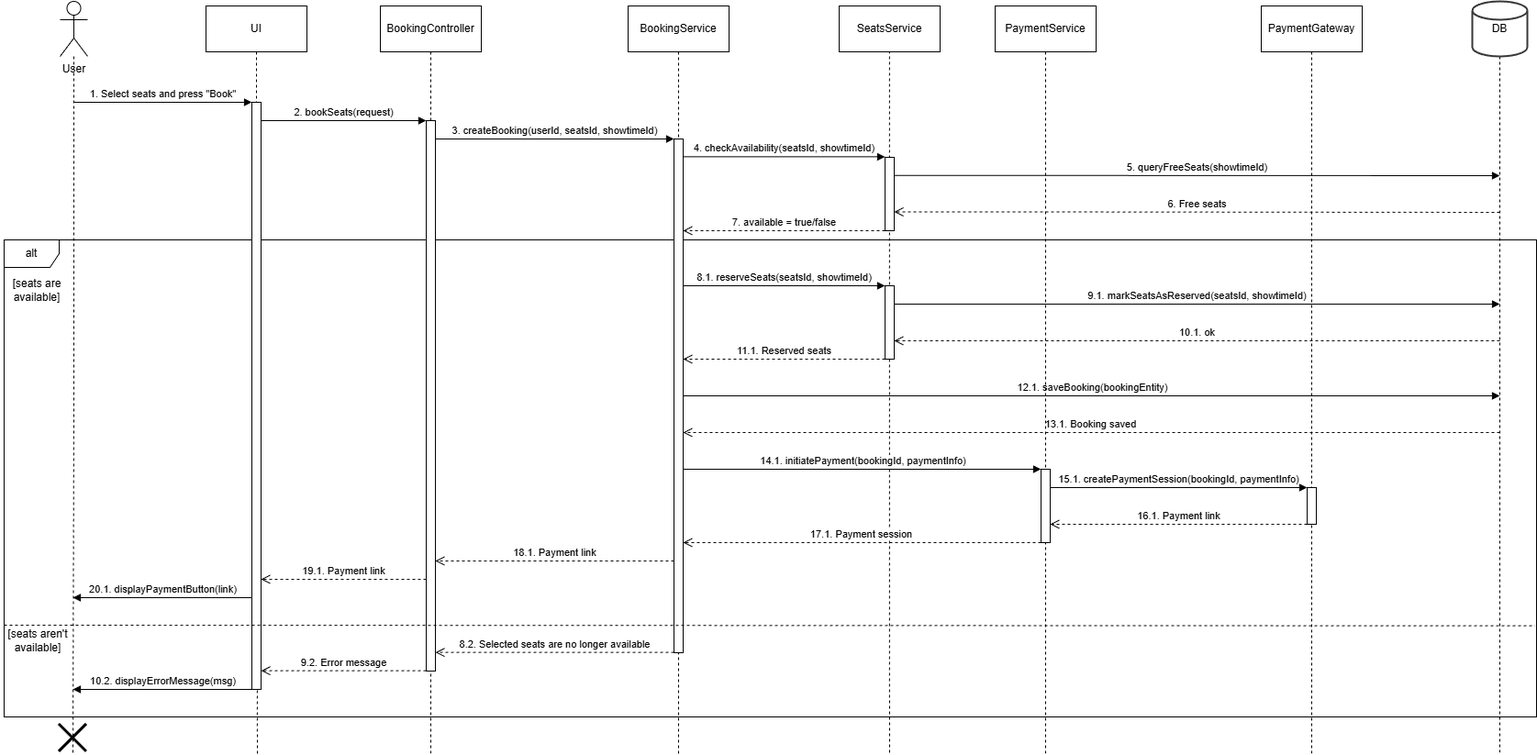
The draw.io diagram Lab3/book-seats.drawio.png in Fererra/KPI, before a commit. Source tidied: cells renumbered, new cells last; positions are measured from the earlier drawing's top-left corner, leaving out a move shared by most shapes.
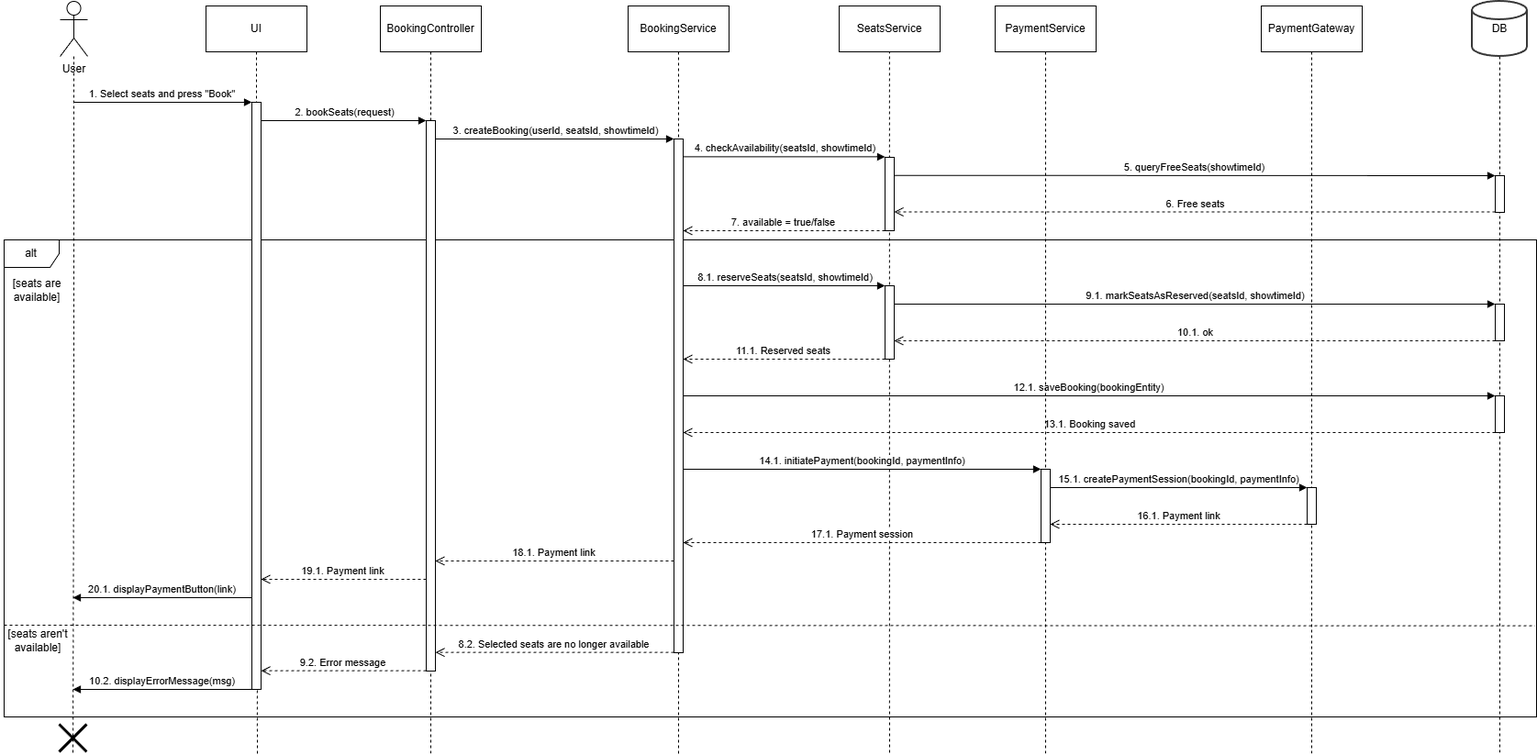
The same file after the commit.

Commit message:
fix: fix sequence diagrams

What changed in the source:
```diff
@@ -78,17 +78,15 @@
         </Array>
       </mxGeometry>
     </mxCell>
-    <mxCell id="17" value="9.1. markSeatsAsReserved(seatsId, showtimeId)" style="html=1;verticalAlign=bottom;endArrow=block;curved=0;rounded=0;" parent="1" edge="1" source="36">
+    <mxCell id="17" value="9.1. markSeatsAsReserved(seatsId, showtimeId)" style="html=1;verticalAlign=bottom;endArrow=block;curved=0;rounded=0;" parent="1" edge="1" source="36" target="54">
       <mxGeometry relative="1" as="geometry">
-        <mxPoint x="1634" y="330" as="targetPoint" />
         <Array as="points">
           <mxPoint x="1124" y="330" />
         </Array>
       </mxGeometry>
     </mxCell>
-    <mxCell id="18" value="10.1. ok" style="html=1;verticalAlign=bottom;endArrow=open;dashed=1;endSize=8;curved=0;rounded=0;entryX=1;entryY=0.7;entryDx=0;entryDy=0;entryPerimeter=0;" parent="1" edge="1">
+    <mxCell id="18" value="10.1. ok" style="html=1;verticalAlign=bottom;endArrow=open;dashed=1;endSize=8;curved=0;rounded=0;entryX=1;entryY=0.7;entryDx=0;entryDy=0;entryPerimeter=0;" parent="1" edge="1" source="54">
       <mxGeometry relative="1" as="geometry">
-        <mxPoint x="1634" y="370" as="sourcePoint" />
         <mxPoint x="974" y="370" as="targetPoint" />
         <Array as="points">
           <mxPoint x="1124" y="370" />
@@ -102,18 +100,16 @@
         </Array>
       </mxGeometry>
     </mxCell>
-    <mxCell id="20" value="12.1. saveBooking(bookingEntity)" style="html=1;verticalAlign=bottom;endArrow=block;curved=0;rounded=0;" parent="1" edge="1">
+    <mxCell id="20" value="12.1. saveBooking(bookingEntity)" style="html=1;verticalAlign=bottom;endArrow=block;curved=0;rounded=0;" parent="1" edge="1" target="55">
       <mxGeometry relative="1" as="geometry">
         <mxPoint x="744" y="430" as="sourcePoint" />
-        <mxPoint x="1634" y="430" as="targetPoint" />
         <Array as="points">
           <mxPoint x="854" y="430" />
         </Array>
       </mxGeometry>
     </mxCell>
-    <mxCell id="21" value="13.1. Booking saved" style="html=1;verticalAlign=bottom;endArrow=open;dashed=1;endSize=8;curved=0;rounded=0;" parent="1" edge="1">
+    <mxCell id="21" value="13.1. Booking saved" style="html=1;verticalAlign=bottom;endArrow=open;dashed=1;endSize=8;curved=0;rounded=0;" parent="1" edge="1" source="55">
       <mxGeometry relative="1" as="geometry">
-        <mxPoint x="1634" y="470" as="sourcePoint" />
         <mxPoint x="744" y="470" as="targetPoint" />
         <Array as="points">
           <mxPoint x="844" y="470" />
@@ -232,18 +228,16 @@
         </Array>
       </mxGeometry>
     </mxCell>
-    <mxCell id="42" value="5. queryFreeSeats(showtimeId)" style="html=1;verticalAlign=bottom;endArrow=block;curved=0;rounded=0;" parent="1" edge="1">
+    <mxCell id="42" value="5. queryFreeSeats(showtimeId)" style="html=1;verticalAlign=bottom;endArrow=block;curved=0;rounded=0;" parent="1" edge="1" target="53">
       <mxGeometry relative="1" as="geometry">
         <mxPoint x="974" y="189.7" as="sourcePoint" />
-        <mxPoint x="1634" y="190" as="targetPoint" />
         <Array as="points">
           <mxPoint x="1014" y="189.7" />
         </Array>
       </mxGeometry>
     </mxCell>
-    <mxCell id="43" value="6. Free seats" style="html=1;verticalAlign=bottom;endArrow=open;dashed=1;endSize=8;curved=0;rounded=0;" parent="1" edge="1">
+    <mxCell id="43" value="6. Free seats" style="html=1;verticalAlign=bottom;endArrow=open;dashed=1;endSize=8;curved=0;rounded=0;" parent="1" edge="1" source="53">
       <mxGeometry relative="1" as="geometry">
-        <mxPoint x="1634" y="230" as="sourcePoint" />
         <mxPoint x="974" y="229.5" as="targetPoint" />
         <Array as="points">
           <mxPoint x="1164" y="229.5" />
@@ -305,5 +299,14 @@
         </Array>
       </mxGeometry>
     </mxCell>
+    <mxCell id="53" style="html=1;points=[[0,0,0,0,5],[0,1,0,0,-5],[1,0,0,0,5],[1,1,0,0,-5]];perimeter=orthogonalPerimeter;outlineConnect=0;targetShapes=umlLifeline;portConstraint=eastwest;newEdgeStyle={&quot;curved&quot;:0,&quot;rounded&quot;:0};" parent="1" vertex="1">
+      <mxGeometry x="1629" y="190" width="10" height="40" as="geometry" />
+    </mxCell>
+    <mxCell id="54" style="html=1;points=[[0,0,0,0,5],[0,1,0,0,-5],[1,0,0,0,5],[1,1,0,0,-5]];perimeter=orthogonalPerimeter;outlineConnect=0;targetShapes=umlLifeline;portConstraint=eastwest;newEdgeStyle={&quot;curved&quot;:0,&quot;rounded&quot;:0};" parent="1" vertex="1">
+      <mxGeometry x="1629" y="330" width="10" height="40" as="geometry" />
+    </mxCell>
+    <mxCell id="55" style="html=1;points=[[0,0,0,0,5],[0,1,0,0,-5],[1,0,0,0,5],[1,1,0,0,-5]];perimeter=orthogonalPerimeter;outlineConnect=0;targetShapes=umlLifeline;portConstraint=eastwest;newEdgeStyle={&quot;curved&quot;:0,&quot;rounded&quot;:0};" parent="1" vertex="1">
+      <mxGeometry x="1629" y="430" width="10" height="40" as="geometry" />
+    </mxCell>
   </root>
 </mxGraphModel>
```
